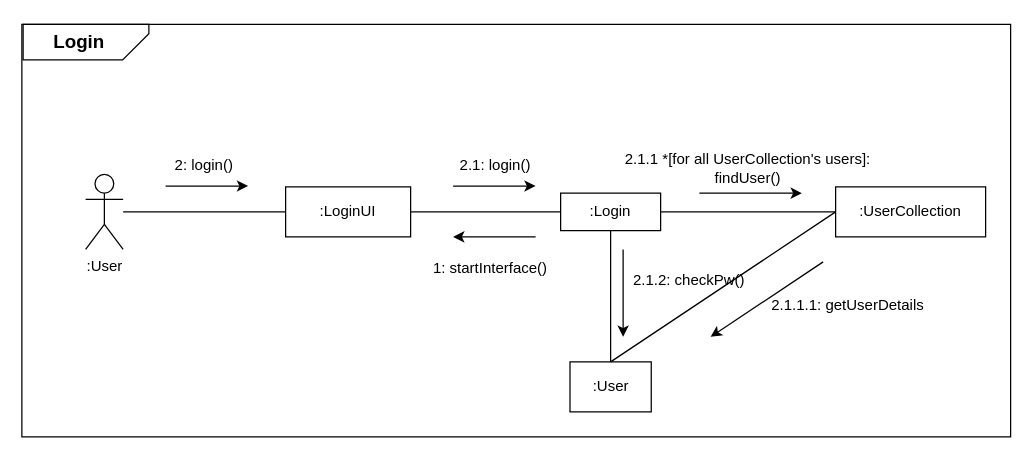
Earlier version of the draw.io diagram Login_Communication_Diagram.drawio (MODUGGAGI/homework). Source tidied: cells renumbered, new cells numbered last; positions are measured from the earlier drawing's top-left corner, leaving out a move shared by most shapes. Both pictures are drawn from the tidied source at 125%, with x=0, y=0 at pixel (21, -21).
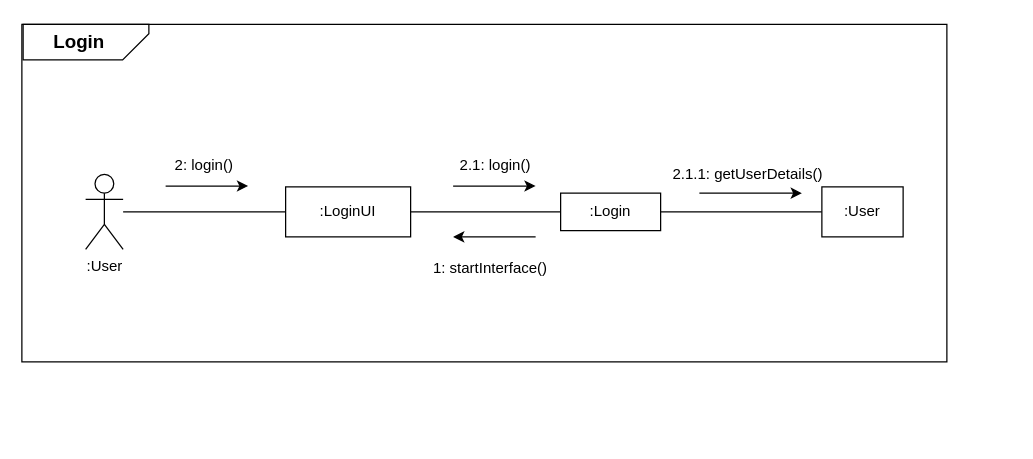
The same diagram, later.

The change refers to these unchanged cells:
```xml
<mxCell id="5" value=":Login" style="rounded=0;whiteSpace=wrap;html=1;" parent="1" vertex="1">
  <mxGeometry x="431" y="171" width="80" height="30" as="geometry" />
</mxCell>
```

What changed in the source:
```diff
@@
     <mxCell id="2" style="rounded=0;whiteSpace=wrap;html=1;" parent="1" vertex="1">
-      <mxGeometry y="36" width="791" height="330" as="geometry" />
+      <mxGeometry y="36" width="740" height="270" as="geometry" />
     </mxCell>
@@
-    <mxCell id="8" style="endArrow=none;html=1;rounded=0;entryX=1;entryY=0.5;entryDx=0;entryDy=0;exitX=0;exitY=0.5;exitDx=0;exitDy=0;" parent="1" edge="1" source="18" target="5">
+    <mxCell id="8" style="endArrow=none;html=1;rounded=0;entryX=1;entryY=0.5;entryDx=0;entryDy=0;exitX=0;exitY=0.5;exitDx=0;exitDy=0;" parent="1" edge="1" source="19" target="5">
       <mxGeometry relative="1" as="geometry" />
     </mxCell>
@@
-    <mxCell id="18" value=":UserCollection" style="rounded=0;whiteSpace=wrap;html=1;" parent="1" vertex="1">
-      <mxGeometry x="651" y="166" width="120" height="40" as="geometry" />
-    </mxCell>
     <mxCell id="19" value=":User" style="rounded=0;whiteSpace=wrap;html=1;" parent="1" vertex="1">
-      <mxGeometry x="438.5" y="306" width="65" height="40" as="geometry" />
+      <mxGeometry x="640" y="166" width="65" height="40" as="geometry" />
     </mxCell>
-    <mxCell id="20" style="endArrow=none;html=1;rounded=0;exitX=0;exitY=0.5;exitDx=0;exitDy=0;entryX=0.5;entryY=0;entryDx=0;entryDy=0;" parent="1" edge="1" source="18" target="19">
-      <mxGeometry relative="1" as="geometry" />
-    </mxCell>
-    <mxCell id="21" style="endArrow=none;html=1;rounded=0;entryX=0.5;entryY=1;entryDx=0;entryDy=0;exitX=0.5;exitY=0;exitDx=0;exitDy=0;" parent="1" edge="1" source="19" target="5">
-      <mxGeometry relative="1" as="geometry" />
-    </mxCell>
-    <mxCell id="22" value="2.1.1 *[for all UserCollection's users]: findUser()" style="text;html=1;align=center;verticalAlign=middle;whiteSpace=wrap;rounded=0;" parent="1" vertex="1">
-      <mxGeometry x="471" y="136" width="220" height="30" as="geometry" />
-    </mxCell>
-    <mxCell id="23" style="endArrow=classic;html=1;rounded=0;" parent="1" edge="1">
-      <mxGeometry relative="1" as="geometry">
-        <mxPoint x="481" y="216" as="sourcePoint" />
-        <mxPoint x="481" y="286" as="targetPoint" />
-      </mxGeometry>
-    </mxCell>
@@
-    <mxCell id="25" value="2.1.2: checkPw()" style="text;html=1;align=center;verticalAlign=middle;whiteSpace=wrap;rounded=0;" parent="1" vertex="1">
-      <mxGeometry x="461" y="226" width="146" height="30" as="geometry" />
-    </mxCell>
-    <mxCell id="26" style="endArrow=classic;html=1;rounded=0;" parent="1" edge="1">
-      <mxGeometry relative="1" as="geometry">
-        <mxPoint x="641" y="226" as="sourcePoint" />
-        <mxPoint x="551" y="286" as="targetPoint" />
-      </mxGeometry>
-    </mxCell>
-    <mxCell id="27" value="2.1.1.1: getUserDetails" style="text;html=1;align=center;verticalAlign=middle;whiteSpace=wrap;rounded=0;" parent="1" vertex="1">
-      <mxGeometry x="591" y="246" width="140" height="30" as="geometry" />
+    <mxCell id="27" value="2.1.1: getUserDetails()" style="text;html=1;align=center;verticalAlign=middle;whiteSpace=wrap;rounded=0;" parent="1" vertex="1">
+      <mxGeometry x="511" y="141" width="140" height="30" as="geometry" />
     </mxCell>
```
